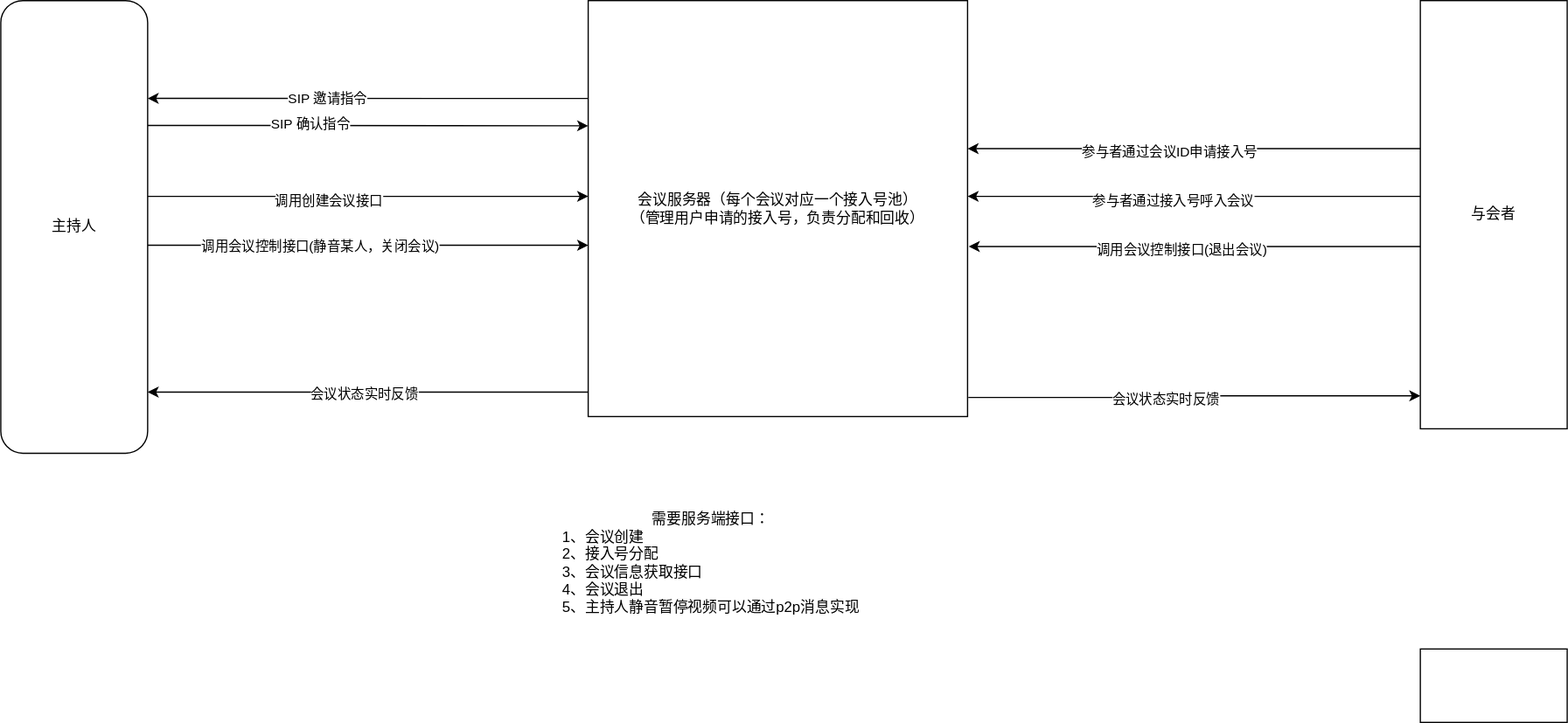
The draw.io diagram Untitled Diagram.drawio.svg in westice007/test0, before a commit. Source tidied: cells renumbered, new cells last; positions are measured from the earlier drawing's top-left corner, leaving out a move shared by most shapes.
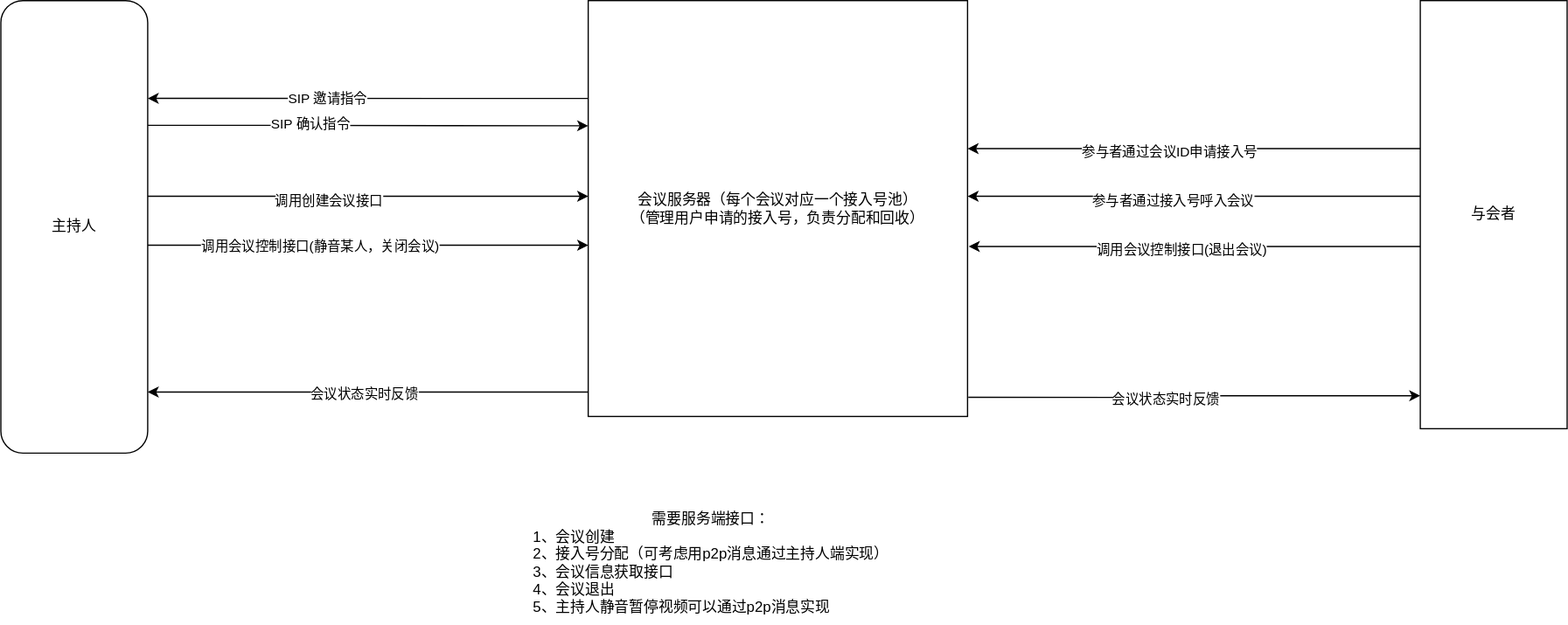
Above is the later version.

The edit, as a diff of the source:
```diff
@@ -115,11 +115,8 @@
     <mxCell id="23" value="与会者" style="rounded=0;whiteSpace=wrap;html=1;" parent="1" vertex="1">
       <mxGeometry x="1160" width="120" height="350" as="geometry" />
     </mxCell>
-    <mxCell id="24" style="rounded=0;whiteSpace=wrap;html=1;" parent="1" vertex="1">
-      <mxGeometry x="1160" y="530" width="120" height="60" as="geometry" />
-    </mxCell>
-    <mxCell id="25" value="需要服务端接口：&lt;br&gt;&lt;div style=&quot;text-align: left;&quot;&gt;&lt;span style=&quot;background-color: initial;&quot;&gt;1、会议创建&lt;/span&gt;&lt;/div&gt;&lt;div style=&quot;text-align: left;&quot;&gt;&lt;span style=&quot;background-color: initial;&quot;&gt;2、接入号分配&lt;/span&gt;&lt;/div&gt;&lt;div style=&quot;text-align: left;&quot;&gt;&lt;span style=&quot;background-color: initial;&quot;&gt;3、会议信息获取接口&lt;/span&gt;&lt;/div&gt;&lt;div style=&quot;text-align: left;&quot;&gt;&lt;span style=&quot;background-color: initial;&quot;&gt;4、会议退出&lt;/span&gt;&lt;/div&gt;&lt;div style=&quot;text-align: left;&quot;&gt;&lt;span style=&quot;background-color: initial;&quot;&gt;5、主持人静音暂停视频可以通过p2p消息实现&lt;/span&gt;&lt;/div&gt;" style="text;html=1;align=center;verticalAlign=middle;strokeColor=none;fillColor=none;" parent="1" vertex="1">
-      <mxGeometry x="445" y="410" width="270" height="100" as="geometry" />
+    <mxCell id="25" value="需要服务端接口：&lt;br&gt;&lt;div style=&quot;text-align: left;&quot;&gt;&lt;span style=&quot;background-color: initial;&quot;&gt;1、会议创建&lt;/span&gt;&lt;/div&gt;&lt;div style=&quot;text-align: left;&quot;&gt;&lt;span style=&quot;background-color: initial;&quot;&gt;2、接入号分配（可考虑用p2p消息通过主持人端实现）&lt;/span&gt;&lt;/div&gt;&lt;div style=&quot;text-align: left;&quot;&gt;&lt;span style=&quot;background-color: initial;&quot;&gt;3、会议信息获取接口&lt;/span&gt;&lt;/div&gt;&lt;div style=&quot;text-align: left;&quot;&gt;&lt;span style=&quot;background-color: initial;&quot;&gt;4、会议退出&lt;/span&gt;&lt;/div&gt;&lt;div style=&quot;text-align: left;&quot;&gt;&lt;span style=&quot;background-color: initial;&quot;&gt;5、主持人静音暂停视频可以通过p2p消息实现&lt;/span&gt;&lt;/div&gt;" style="text;html=1;align=center;verticalAlign=middle;strokeColor=none;fillColor=none;" parent="1" vertex="1">
+      <mxGeometry x="425" y="410" width="310" height="100" as="geometry" />
     </mxCell>
   </root>
 </mxGraphModel>
```
